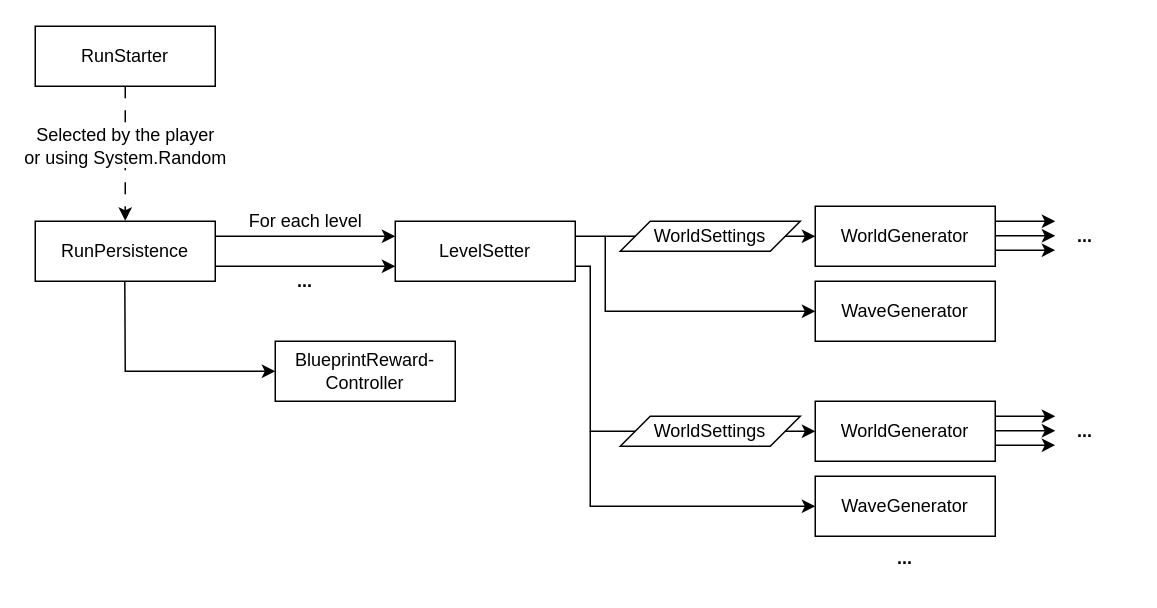
Above: Thesis/diagrams/seed splitting.drawio in Villfuk02/Project-Nitrogen (draw.io), before the change. Source tidied: cells renumbered, new cells numbered last; positions are measured from the earlier drawing's top-left corner, leaving out a move shared by most shapes. Both pictures are drawn from the tidied source at 150%, with x=0, y=0 at pixel (34, 26).
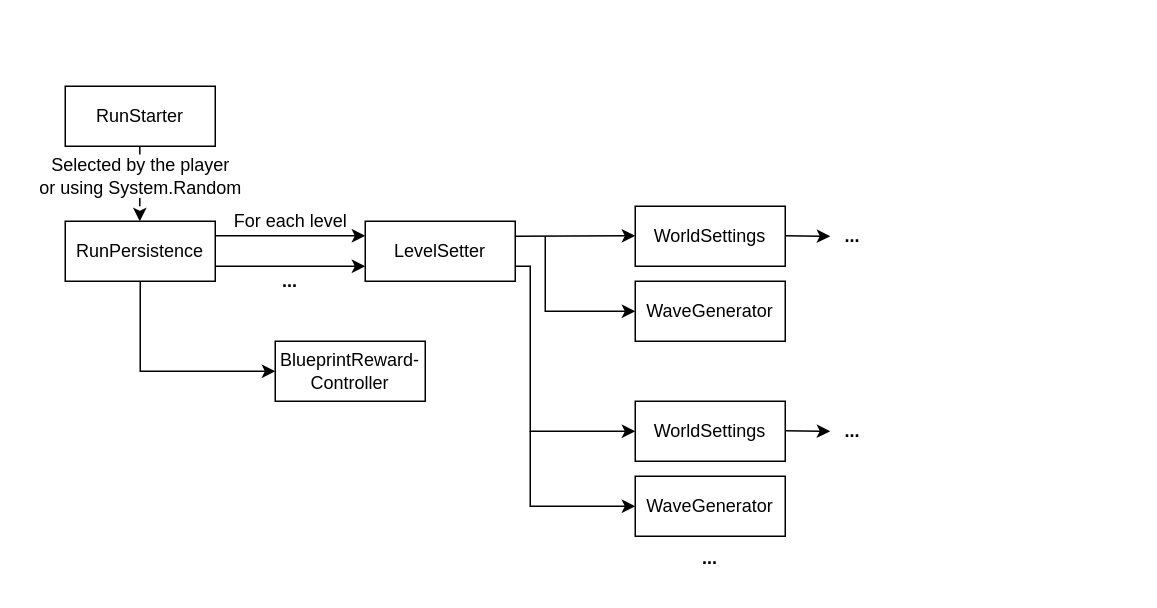
Above is the later version.

Diff of the diagram source:
```diff
@@
     <mxCell id="2" value="RunStarter" style="rounded=0;whiteSpace=wrap;html=1;fontFamily=&quot;Latin Modern Mono 12&quot;;" parent="1" vertex="1">
-      <mxGeometry width="120" height="40" as="geometry" />
+      <mxGeometry x="20" y="40" width="100" height="40" as="geometry" />
     </mxCell>
-    <mxCell id="3" value="&lt;font face=&quot;&amp;quot;Latin Modern Regular 12&amp;quot;&quot; style=&quot;font-size: 12px;&quot;&gt;Selected by the player&lt;br style=&quot;font-size: 12px;&quot;&gt;or using &lt;/font&gt;&lt;font face=&quot;&amp;quot;Latin Modern Mono 12&amp;quot;&quot; style=&quot;font-size: 12px;&quot;&gt;System.Random&lt;/font&gt;" style="endArrow=classic;html=1;rounded=0;dashed=1;dashPattern=8 8;fontSize=12;exitX=0.5;exitY=1;exitDx=0;exitDy=0;" parent="1" edge="1" source="2">
-      <mxGeometry x="-0.11" relative="1" as="geometry">
-        <mxPoint x="60" y="129.7" as="targetPoint" />
+    <mxCell id="3" value="&lt;font face=&quot;&amp;quot;Latin Modern Regular 12&amp;quot;&quot; style=&quot;font-size: 12px;&quot;&gt;Selected by the player&lt;br style=&quot;font-size: 12px;&quot;&gt;or using &lt;/font&gt;&lt;font face=&quot;&amp;quot;Latin Modern Mono 12&amp;quot;&quot; style=&quot;font-size: 12px;&quot;&gt;System.Random&lt;/font&gt;" style="endArrow=classic;html=1;rounded=0;dashed=1;dashPattern=8 8;fontSize=12;" parent="1" edge="1">
+      <mxGeometry x="-0.2" relative="1" as="geometry">
+        <mxPoint x="69.7" y="80" as="sourcePoint" />
+        <mxPoint x="69.7" y="130" as="targetPoint" />
       </mxGeometry>
     </mxCell>
     <mxCell id="4" value="RunPersistence" style="rounded=0;whiteSpace=wrap;html=1;fontFamily=&quot;Latin Modern Mono 12&quot;;" parent="1" vertex="1">
-      <mxGeometry y="130" width="120" height="40" as="geometry" />
+      <mxGeometry x="20" y="130" width="100" height="40" as="geometry" />
     </mxCell>
     <mxCell id="5" value="BlueprintReward-&lt;br&gt;Controller" style="rounded=0;whiteSpace=wrap;html=1;fontFamily=&quot;Latin Modern Mono 12&quot;;" parent="1" vertex="1">
-      <mxGeometry x="160" y="210" width="120" height="40" as="geometry" />
+      <mxGeometry x="160" y="210" width="100" height="40" as="geometry" />
     </mxCell>
     <mxCell id="6" value="LevelSetter" style="rounded=0;whiteSpace=wrap;html=1;fontFamily=&quot;Latin Modern Mono 12&quot;;" parent="1" vertex="1">
-      <mxGeometry x="240" y="130" width="120" height="40" as="geometry" />
+      <mxGeometry x="220" y="130" width="100" height="40" as="geometry" />
     </mxCell>
     <mxCell id="7" value="For each level" style="endArrow=classic;html=1;rounded=0;fontFamily=&quot;Latin Modern Regular 12&quot;;fontSize=12;" parent="1" edge="1">
       <mxGeometry y="10" relative="1" as="geometry">
-        <mxPoint x="120" y="140" as="sourcePoint" />
-        <mxPoint x="240" y="140" as="targetPoint" />
+        <mxPoint x="120" y="139.7" as="sourcePoint" />
+        <mxPoint x="220" y="139.7" as="targetPoint" />
       </mxGeometry>
     </mxCell>
     <mxCell id="8" style="endArrow=classic;html=1;rounded=0;" parent="1" edge="1">
       <mxGeometry relative="1" as="geometry">
         <mxPoint x="120" y="160" as="sourcePoint" />
-        <mxPoint x="240" y="160" as="targetPoint" />
+        <mxPoint x="220" y="160" as="targetPoint" />
       </mxGeometry>
     </mxCell>
-    <mxCell id="9" style="endArrow=classic;html=1;rounded=0;entryX=0;entryY=0.5;entryDx=0;entryDy=0;edgeStyle=elbowEdgeStyle;" parent="1" edge="1" target="5">
+    <mxCell id="9" style="endArrow=classic;html=1;rounded=0;entryX=0;entryY=0.5;entryDx=0;entryDy=0;edgeStyle=elbowEdgeStyle;exitX=0.5;exitY=1;exitDx=0;exitDy=0;" parent="1" edge="1" source="4" target="5">
       <mxGeometry relative="1" as="geometry">
-        <mxPoint x="59.7" y="170" as="sourcePoint" />
         <Array as="points">
-          <mxPoint x="60" y="200" />
+          <mxPoint x="70" y="190" />
         </Array>
       </mxGeometry>
     </mxCell>
     <mxCell id="10" style="endArrow=classic;html=1;rounded=0;" parent="1" edge="1">
       <mxGeometry relative="1" as="geometry">
-        <mxPoint x="360" y="140" as="sourcePoint" />
-        <mxPoint x="520" y="140" as="targetPoint" />
+        <mxPoint x="320" y="140" as="sourcePoint" />
+        <mxPoint x="400" y="139.7" as="targetPoint" />
       </mxGeometry>
     </mxCell>
-    <mxCell id="11" value="WorldSettings" style="shape=parallelogram;perimeter=parallelogramPerimeter;whiteSpace=wrap;html=1;fixedSize=1;fontFamily=&quot;Latin Modern Mono 12&quot;;" parent="1" vertex="1">
-      <mxGeometry x="390" y="130" width="120" height="20" as="geometry" />
-    </mxCell>
-    <mxCell id="12" value="WorldGenerator" style="rounded=0;whiteSpace=wrap;html=1;fontFamily=&quot;Latin Modern Mono 12&quot;;" parent="1" vertex="1">
-      <mxGeometry x="520" y="120" width="120" height="40" as="geometry" />
+    <mxCell id="12" value="WorldSettings" style="rounded=0;whiteSpace=wrap;html=1;fontFamily=&quot;Latin Modern Mono 12&quot;;" parent="1" vertex="1">
+      <mxGeometry x="400" y="120" width="100" height="40" as="geometry" />
     </mxCell>
-    <mxCell id="13" style="endArrow=classic;html=1;rounded=0;" parent="1" edge="1">
-      <mxGeometry relative="1" as="geometry">
-        <mxPoint x="640" y="130" as="sourcePoint" />
-        <mxPoint x="680" y="130" as="targetPoint" />
-      </mxGeometry>
-    </mxCell>
     <mxCell id="14" style="endArrow=classic;html=1;rounded=0;" parent="1" edge="1">
       <mxGeometry relative="1" as="geometry">
-        <mxPoint x="640" y="139.7" as="sourcePoint" />
-        <mxPoint x="680" y="139.7" as="targetPoint" />
+        <mxPoint x="500" y="139.7" as="sourcePoint" />
+        <mxPoint x="530" y="140" as="targetPoint" />
       </mxGeometry>
     </mxCell>
-    <mxCell id="15" style="endArrow=classic;html=1;rounded=0;" parent="1" edge="1">
-      <mxGeometry relative="1" as="geometry">
-        <mxPoint x="640" y="149.3" as="sourcePoint" />
-        <mxPoint x="680" y="149.3" as="targetPoint" />
-      </mxGeometry>
-    </mxCell>
     <mxCell id="16" value="..." style="text;html=1;align=center;verticalAlign=middle;whiteSpace=wrap;rounded=0;fontFamily=&quot;Latin Modern Mono 12&quot;;fontStyle=1;" parent="1" vertex="1">
-      <mxGeometry x="670" y="125" width="60" height="30" as="geometry" />
+      <mxGeometry x="530" y="125" width="30" height="30" as="geometry" />
     </mxCell>
     <mxCell id="17" style="endArrow=classic;html=1;rounded=0;edgeStyle=elbowEdgeStyle;" parent="1" edge="1">
       <mxGeometry relative="1" as="geometry">
-        <mxPoint x="380" y="140" as="sourcePoint" />
-        <mxPoint x="520" y="190" as="targetPoint" />
+        <mxPoint x="340" y="140" as="sourcePoint" />
+        <mxPoint x="400" y="190" as="targetPoint" />
         <Array as="points">
-          <mxPoint x="380" y="170" />
+          <mxPoint x="340" y="160" />
         </Array>
       </mxGeometry>
     </mxCell>
-    <mxCell id="18" value="WorldGenerator" style="rounded=0;whiteSpace=wrap;html=1;fontFamily=&quot;Latin Modern Mono 12&quot;;" parent="1" vertex="1">
-      <mxGeometry x="520" y="250" width="120" height="40" as="geometry" />
+    <mxCell id="18" value="WorldSettings" style="rounded=0;whiteSpace=wrap;html=1;fontFamily=&quot;Latin Modern Mono 12&quot;;" parent="1" vertex="1">
+      <mxGeometry x="400" y="250" width="100" height="40" as="geometry" />
     </mxCell>
-    <mxCell id="19" style="endArrow=classic;html=1;rounded=0;" parent="1" edge="1">
-      <mxGeometry relative="1" as="geometry">
-        <mxPoint x="640" y="260" as="sourcePoint" />
-        <mxPoint x="680" y="260" as="targetPoint" />
-      </mxGeometry>
-    </mxCell>
     <mxCell id="20" style="endArrow=classic;html=1;rounded=0;" parent="1" edge="1">
       <mxGeometry relative="1" as="geometry">
-        <mxPoint x="640" y="269.7" as="sourcePoint" />
-        <mxPoint x="680" y="269.7" as="targetPoint" />
+        <mxPoint x="500" y="269.7" as="sourcePoint" />
+        <mxPoint x="530" y="270" as="targetPoint" />
       </mxGeometry>
     </mxCell>
-    <mxCell id="21" style="endArrow=classic;html=1;rounded=0;" parent="1" edge="1">
-      <mxGeometry relative="1" as="geometry">
-        <mxPoint x="640" y="279.3" as="sourcePoint" />
-        <mxPoint x="680" y="279.3" as="targetPoint" />
-      </mxGeometry>
-    </mxCell>
     <mxCell id="22" value="..." style="text;html=1;align=center;verticalAlign=middle;whiteSpace=wrap;rounded=0;fontFamily=&quot;Latin Modern Mono 12&quot;;fontStyle=1;" parent="1" vertex="1">
-      <mxGeometry x="670" y="255" width="60" height="30" as="geometry" />
+      <mxGeometry x="530" y="255" width="30" height="30" as="geometry" />
     </mxCell>
     <mxCell id="23" style="endArrow=classic;html=1;rounded=0;edgeStyle=elbowEdgeStyle;entryX=0;entryY=0.5;entryDx=0;entryDy=0;" parent="1" edge="1" target="18">
       <mxGeometry relative="1" as="geometry">
-        <mxPoint x="360" y="160" as="sourcePoint" />
+        <mxPoint x="320" y="160" as="sourcePoint" />
         <Array as="points">
-          <mxPoint x="370" y="200" />
+          <mxPoint x="330" y="210" />
         </Array>
       </mxGeometry>
     </mxCell>
-    <mxCell id="24" value="WorldSettings" style="shape=parallelogram;perimeter=parallelogramPerimeter;whiteSpace=wrap;html=1;fixedSize=1;fontFamily=&quot;Latin Modern Mono 12&quot;;" parent="1" vertex="1">
-      <mxGeometry x="390" y="260" width="120" height="20" as="geometry" />
-    </mxCell>
     <mxCell id="25" value="WaveGenerator" style="rounded=0;whiteSpace=wrap;html=1;fontFamily=&quot;Latin Modern Mono 12&quot;;" parent="1" vertex="1">
-      <mxGeometry x="520" y="170" width="120" height="40" as="geometry" />
+      <mxGeometry x="400" y="170" width="100" height="40" as="geometry" />
     </mxCell>
     <mxCell id="26" value="WaveGenerator" style="rounded=0;whiteSpace=wrap;html=1;fontFamily=&quot;Latin Modern Mono 12&quot;;" parent="1" vertex="1">
-      <mxGeometry x="520" y="300" width="120" height="40" as="geometry" />
+      <mxGeometry x="400" y="300" width="100" height="40" as="geometry" />
     </mxCell>
     <mxCell id="27" style="endArrow=classic;html=1;rounded=0;edgeStyle=elbowEdgeStyle;" parent="1" edge="1">
       <mxGeometry relative="1" as="geometry">
-        <mxPoint x="370" y="270" as="sourcePoint" />
-        <mxPoint x="520" y="320" as="targetPoint" />
+        <mxPoint x="330" y="270" as="sourcePoint" />
+        <mxPoint x="400" y="320" as="targetPoint" />
         <Array as="points">
-          <mxPoint x="370" y="250" />
+          <mxPoint x="330" y="290" />
         </Array>
       </mxGeometry>
     </mxCell>
     <mxCell id="28" value="..." style="text;html=1;align=center;verticalAlign=middle;whiteSpace=wrap;rounded=0;fontFamily=&quot;Latin Modern Mono 12&quot;;fontStyle=1;" parent="1" vertex="1">
-      <mxGeometry x="160" y="155" width="40" height="30" as="geometry" />
+      <mxGeometry x="150" y="155" width="40" height="30" as="geometry" />
     </mxCell>
     <mxCell id="29" value="..." style="text;html=1;align=center;verticalAlign=middle;whiteSpace=wrap;rounded=0;fontFamily=&quot;Latin Modern Mono 12&quot;;fontStyle=1;" parent="1" vertex="1">
-      <mxGeometry x="550" y="340" width="60" height="30" as="geometry" />
+      <mxGeometry x="420" y="340" width="60" height="30" as="geometry" />
     </mxCell>
```
